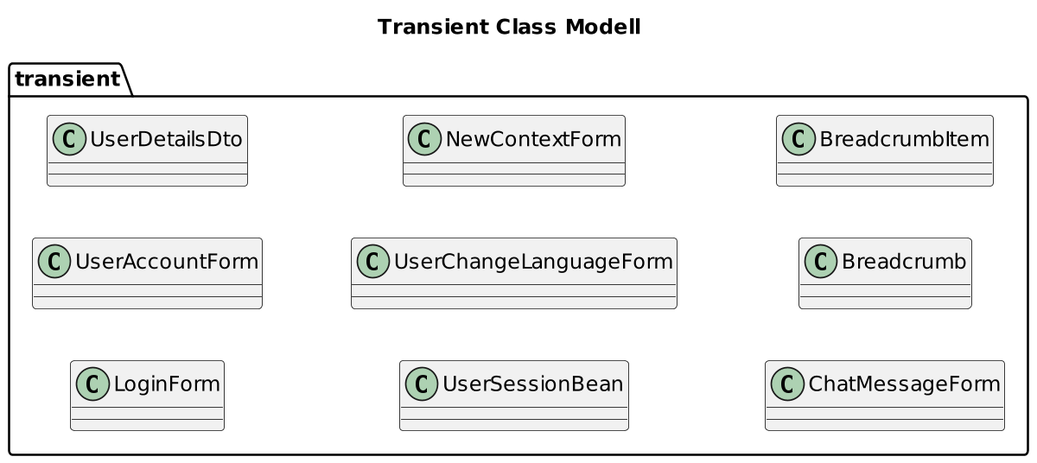
Before: src/main/resources/static/img/plantuml/Simpleworklist__Domain_Class_Modell_Transient.png, a diagram exported from PlantUML (Spring-Framework-Java-Apps/simpleworklist).
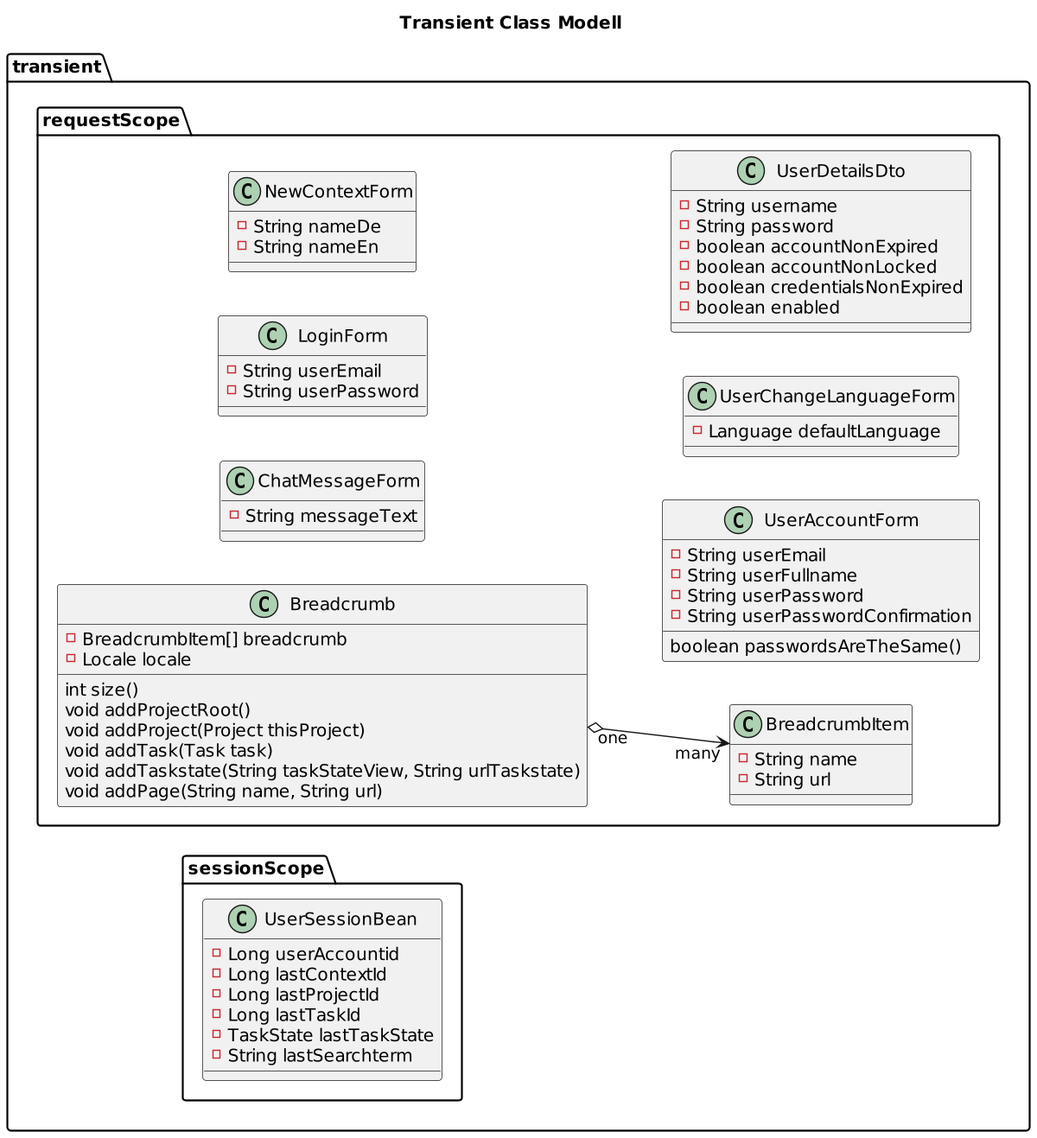
After the change.

Change to the diagram source:
```diff
@@ -1,5 +1,4 @@
 @startuml
-
 
 title Transient Class Modell
 
@@ -8,15 +7,66 @@
 scale 1200 width
 
 package transient {
-  class LoginForm {}
-  class UserAccountForm {}
-  class UserDetailsDto {}
-  class UserSessionBean {}
-  class UserChangeLanguageForm {}
-  class NewContextForm {}
-  class ChatMessageForm {}
-  class Breadcrumb {}
-  class BreadcrumbItem {}
+
+  package requestScope {
+
+    class Breadcrumb {
+      - BreadcrumbItem[] breadcrumb
+      - Locale locale
+      int size()
+      void addProjectRoot()
+      void addProject(Project thisProject)
+      void addTask(Task task)
+      void addTaskstate(String taskStateView, String urlTaskstate)
+      void addPage(String name, String url)
+    }
+    class BreadcrumbItem {
+      - String name
+      - String url
+    }
+    class ChatMessageForm {
+      - String messageText
+    }
+    class LoginForm {
+      - String userEmail
+      - String userPassword
+    }
+    class NewContextForm {
+      - String nameDe
+      - String nameEn
+    }
+    class UserAccountForm {
+      - String userEmail
+      - String userFullname
+      - String userPassword
+      - String userPasswordConfirmation
+      boolean passwordsAreTheSame()
+    }
+    class UserChangeLanguageForm {
+    - Language defaultLanguage
+    }
+    class UserDetailsDto {
+      - String username
+      - String password
+      - boolean accountNonExpired
+      - boolean accountNonLocked
+      - boolean credentialsNonExpired
+      - boolean enabled
+    }
+  }
+
+  package sessionScope {
+    class UserSessionBean {
+      - Long userAccountid
+      - Long lastContextId
+      - Long lastProjectId
+      - Long lastTaskId
+      - TaskState lastTaskState
+      - String lastSearchterm
+    }
+
+    Breadcrumb "one" o--> "many"  BreadcrumbItem
+  }
 }
 
 @enduml
```
